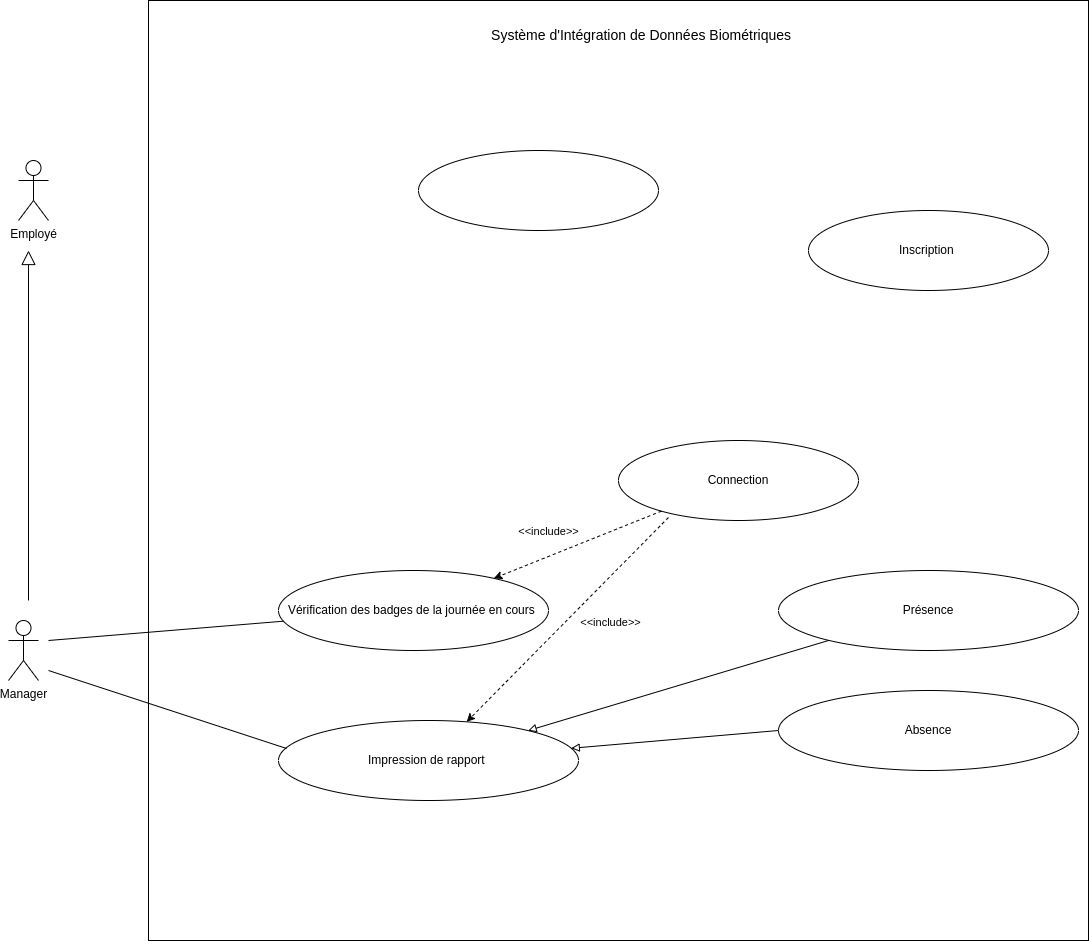
Before: static/Diagramme de cas d'utilisation.drawio.png, a diagram exported from draw.io (Siluearsene/borne_biometrique). Source tidied: cells renumbered, new cells last; positions are measured from the earlier drawing's top-left corner, leaving out a move shared by most shapes.
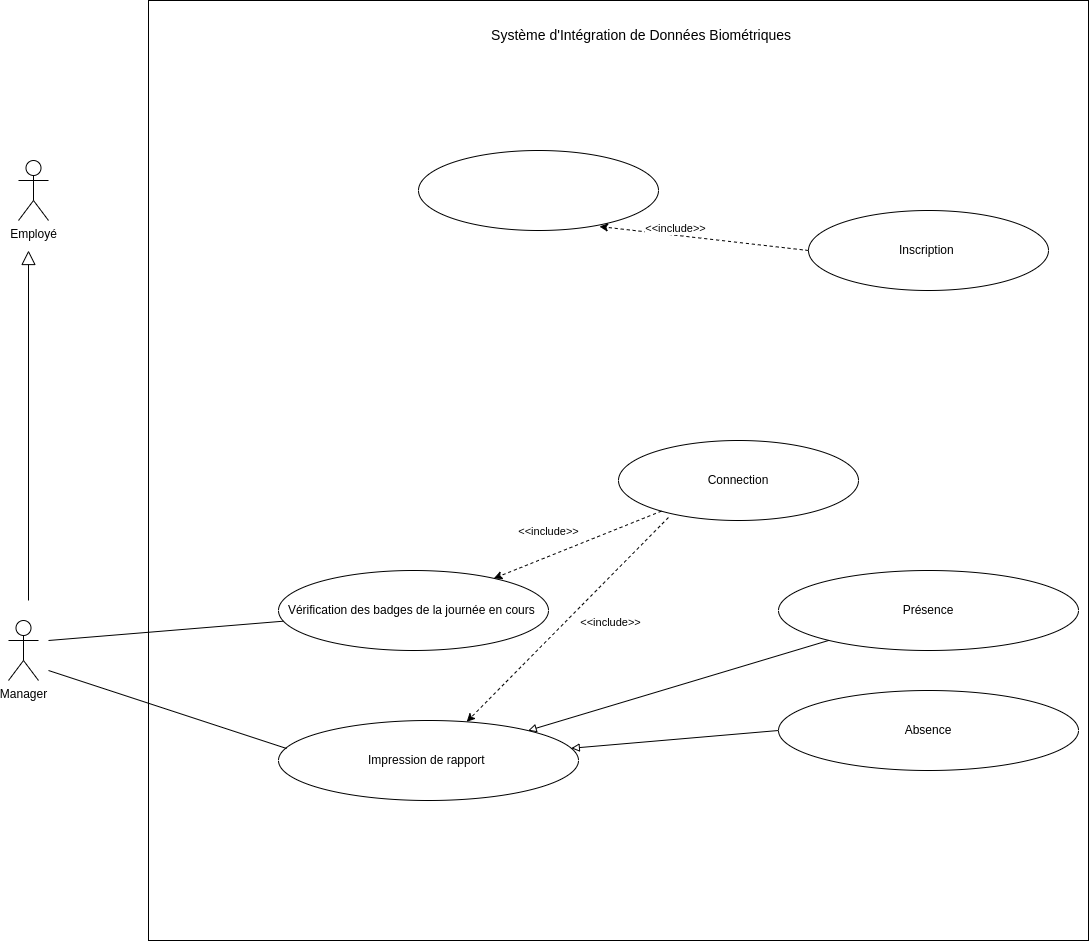
The same diagram one commit later.

Commit message:
Mettre à jour Diagramme de cas d'utilisation.drawio.png

The edit, as a diff of the source:
```diff
@@ -73,5 +73,13 @@
         <mxPoint x="-37" y="-13" as="offset" />
       </mxGeometry>
     </mxCell>
+    <mxCell id="22" style="endArrow=classic;html=1;rounded=0;dashed=1;exitX=0;exitY=0.5;exitDx=0;exitDy=0;entryX=0.754;entryY=0.95;entryDx=0;entryDy=0;entryPerimeter=0;" parent="1" edge="1" source="19" target="7">
+      <mxGeometry relative="1" as="geometry" />
+    </mxCell>
+    <mxCell id="23" value="&lt;font style=&quot;font-size: 11px;&quot;&gt;&amp;lt;&amp;lt;include&amp;gt;&lt;/font&gt;&amp;gt;" style="edgeLabel;html=1;align=center;verticalAlign=middle;" parent="22" vertex="1">
+      <mxGeometry x="-0.08" y="2" relative="1" as="geometry">
+        <mxPoint x="-37" y="-13" as="offset" />
+      </mxGeometry>
+    </mxCell>
   </root>
 </mxGraphModel>
```
